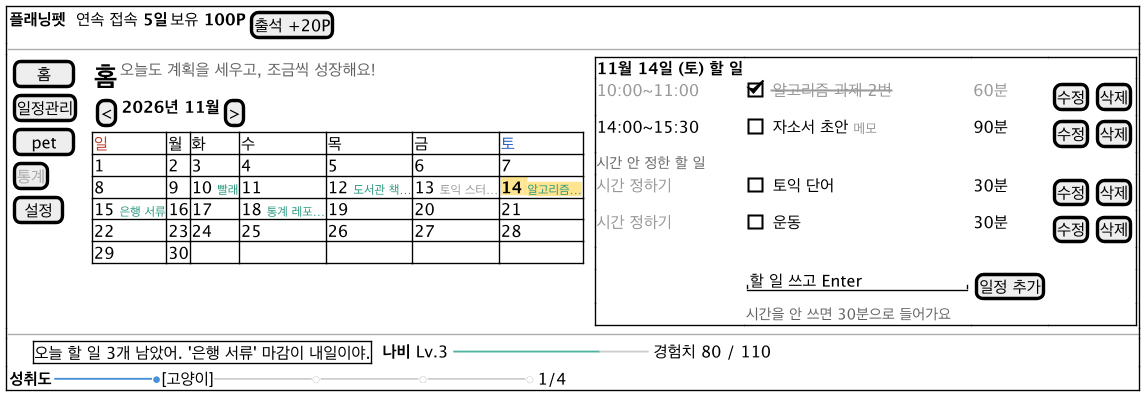
Above: docs/diagrams/ui-main.png in 2026-2-software-system-design-11/planning-pet-app (PlantUML), before the change.
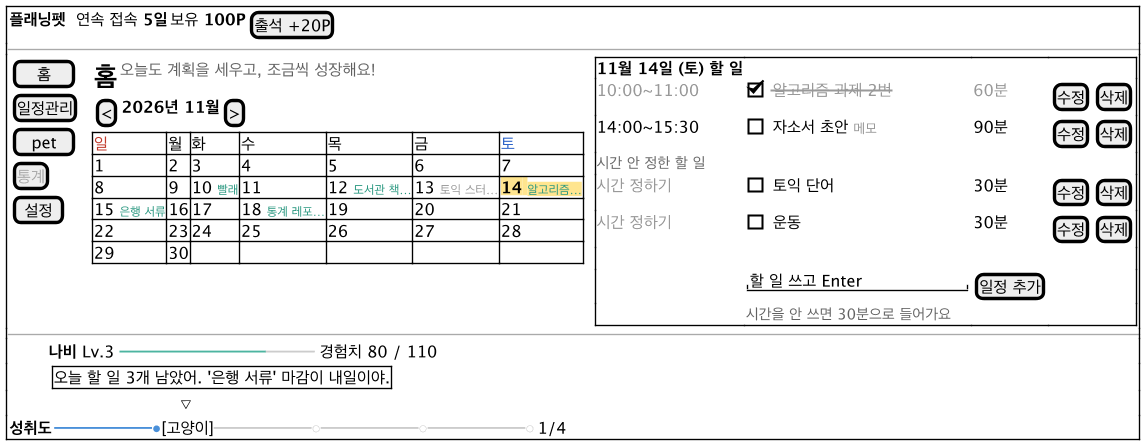
The same file after the commit.

What changed in the source:
```diff
@@ -36,7 +36,9 @@
     }
   }
   --
-  { . | . | . | {+ 오늘 할 일 3개 남았어. '은행 서류' 마감이 내일이야. } | . | <b>나비</b> Lv.3 <color:#4DB4A0>━━━━━━━━━</color><color:#CCCCCC>━━━</color> 경험치 80 / 110 }
+  { . | . | . | . | . | <b>나비</b> Lv.3 <color:#4DB4A0>━━━━━━━━━</color><color:#CCCCCC>━━━</color> 경험치 80 / 110 }
+  { .       | <color:#FFFFFF>━━</color>{+ 오늘 할 일 3개 남았어. '은행 서류' 마감이 내일이야. } }
+  { .       | <color:#FFFFFF>━━━━━━━━━━</color>▽ }
   { <b>성취도</b> | <color:#4A90D9>━━━━━━●</color>[고양이]<color:#CCCCCC>━━━━━━○━━━━━━○━━━━━━○</color> | 1/4 }
 }
 @endsalt
```
